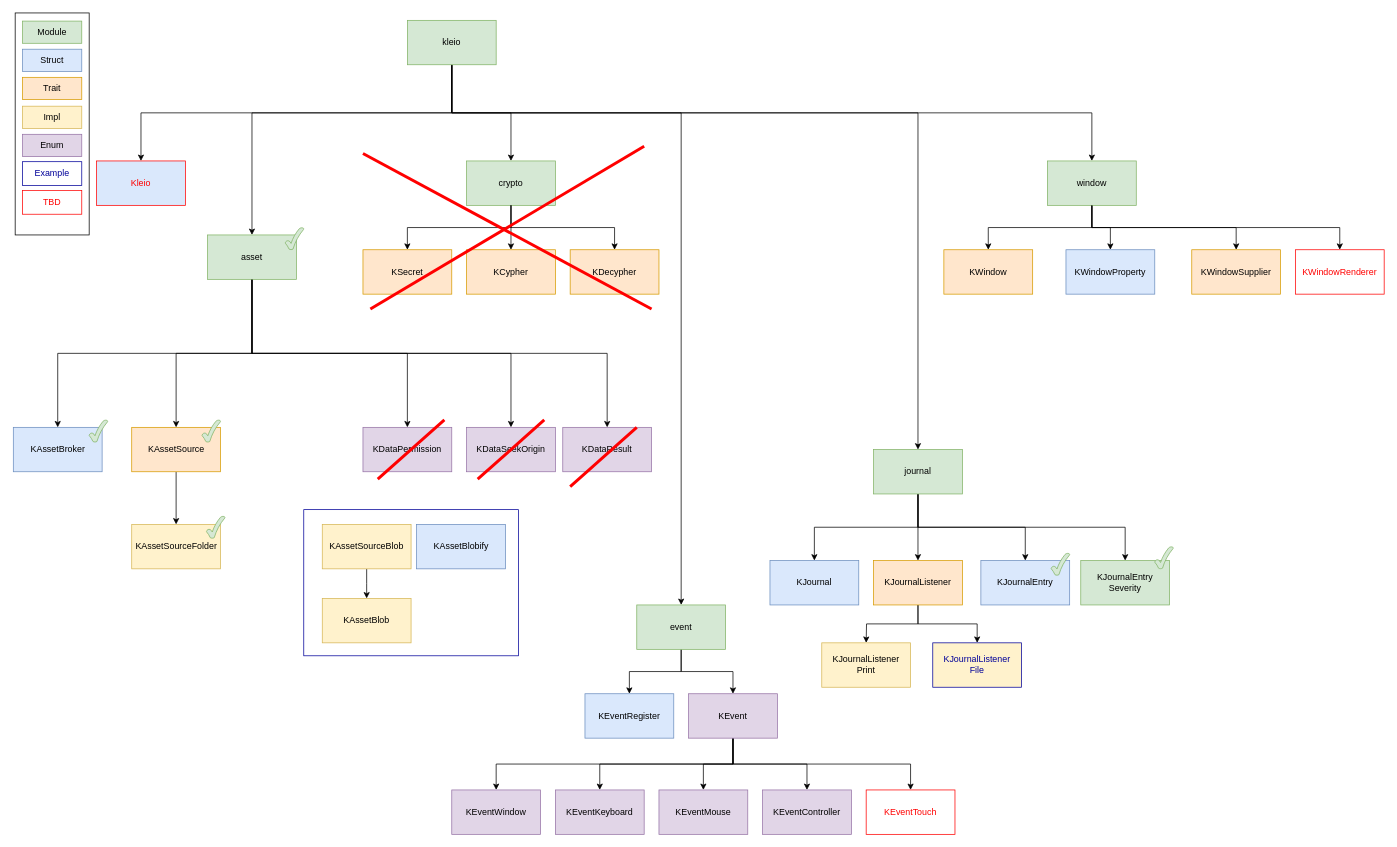
Before: diagram/kleio.drawio in NickelAngeStudio/kleio, a draw.io diagram. Source tidied: cells renumbered, new cells numbered last; positions are measured from the earlier drawing's top-left corner, leaving out a move shared by most shapes. Both pictures are drawn from the tidied source at 74%, with x=0, y=0 at pixel (13, 13).
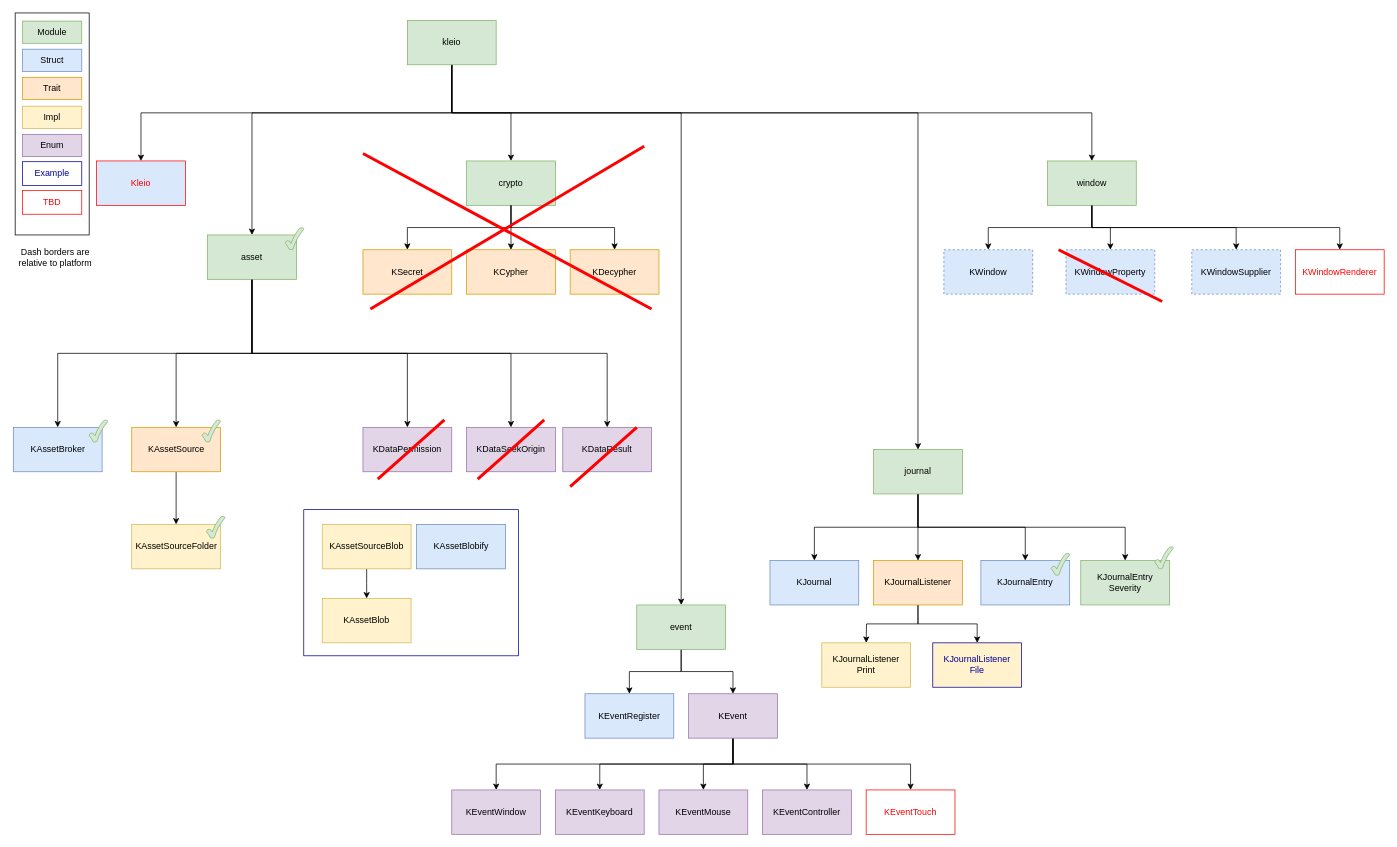
Above is the later version.

The edit, as a diff of the source:
```diff
@@
-    <mxCell id="28" value="KWindow" style="rounded=0;whiteSpace=wrap;html=1;fillColor=#ffe6cc;strokeColor=#d79b00;" parent="1" vertex="1">
+    <mxCell id="28" value="KWindow" style="rounded=0;whiteSpace=wrap;html=1;fillColor=#dae8fc;strokeColor=#6c8ebf;dashed=1;" parent="1" vertex="1">
       <mxGeometry x="1257" y="320" width="120" height="60" as="geometry" />
     </mxCell>
@@
-    <mxCell id="32" value="KWindowSupplier" style="rounded=0;whiteSpace=wrap;html=1;fillColor=#ffe6cc;strokeColor=#d79b00;" parent="1" vertex="1">
+    <mxCell id="32" value="KWindowSupplier" style="rounded=0;whiteSpace=wrap;html=1;fillColor=#dae8fc;strokeColor=#6c8ebf;dashed=1;" parent="1" vertex="1">
       <mxGeometry x="1592" y="320" width="120" height="60" as="geometry" />
     </mxCell>
@@
-    <mxCell id="36" value="KWindowProperty" style="rounded=0;whiteSpace=wrap;html=1;fillColor=#dae8fc;strokeColor=#6c8ebf;" parent="1" vertex="1">
+    <mxCell id="36" value="KWindowProperty" style="rounded=0;whiteSpace=wrap;html=1;fillColor=#dae8fc;strokeColor=#6c8ebf;dashed=1;" parent="1" vertex="1">
       <mxGeometry x="1422" y="320" width="120" height="60" as="geometry" />
     </mxCell>
@@
+    <mxCell id="93" value="Dash borders are relative to platform" style="text;html=1;strokeColor=none;fillColor=none;align=center;verticalAlign=middle;whiteSpace=wrap;rounded=0;dashed=1;" parent="1" vertex="1">
+      <mxGeometry x="-0.5" y="310" width="112.5" height="40" as="geometry" />
+    </mxCell>
+    <mxCell id="94" style="endArrow=none;html=1;fontColor=#FF0000;strokeWidth=4;strokeColor=#FF0000;" parent="1" edge="1">
+      <mxGeometry relative="1" as="geometry">
+        <mxPoint x="1412" y="320" as="sourcePoint" />
+        <mxPoint x="1552" y="390" as="targetPoint" />
+      </mxGeometry>
+    </mxCell>
```
